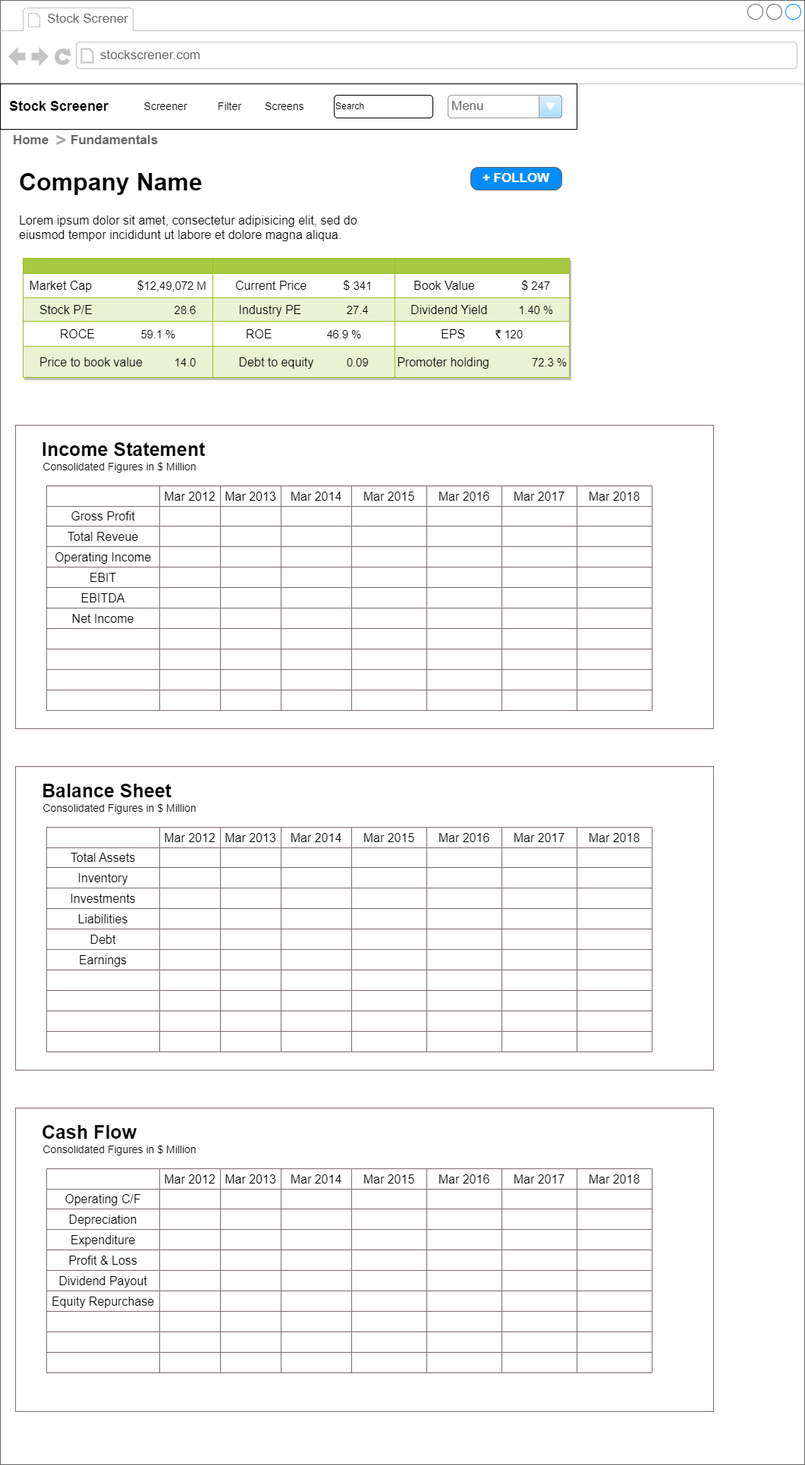
The draw.io diagram pages/Fundamentals.drawio.png in The-Reinhold/Screener_DrawIO, before a commit. Source tidied: cells renumbered, new cells last; positions are measured from the earlier drawing's top-left corner, leaving out a move shared by most shapes.
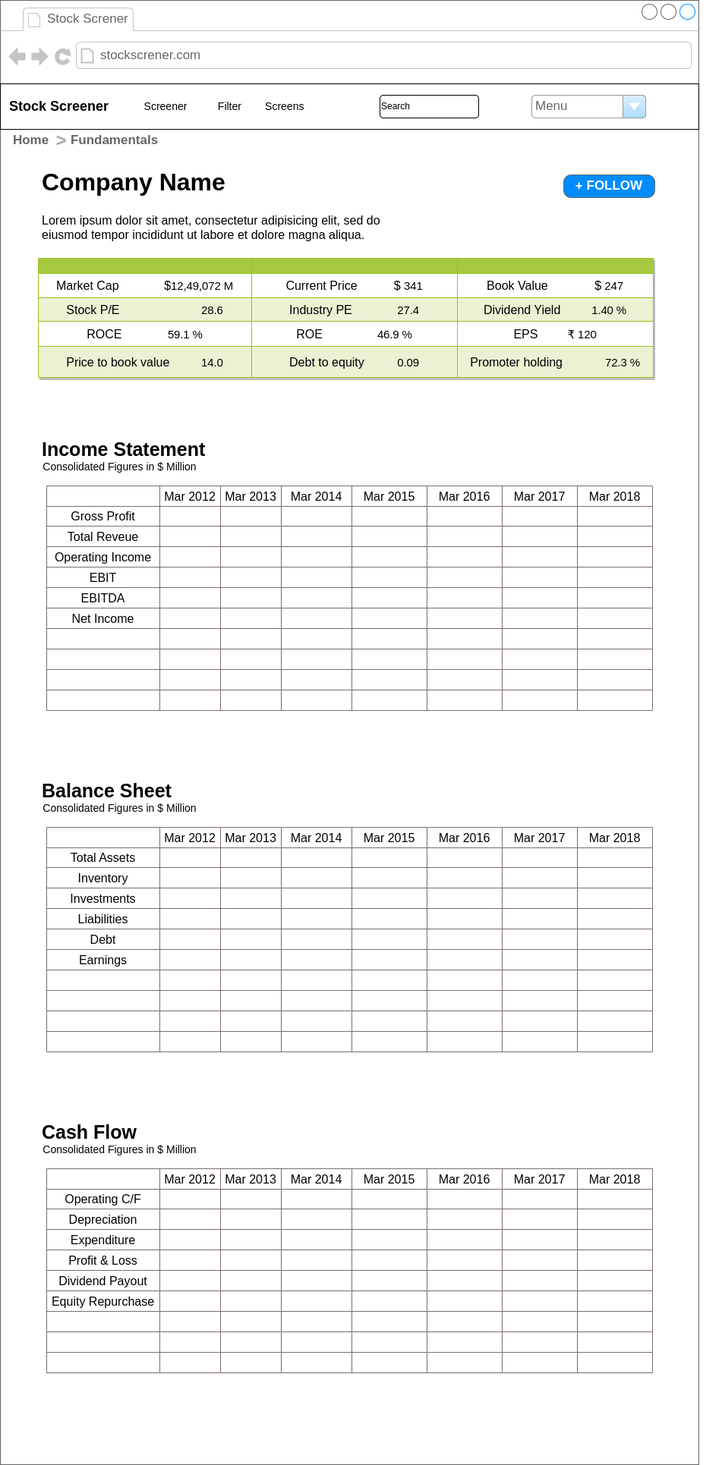
Above is the later version.

The edit, as a diff of the source:
```diff
@@ -3,7 +3,7 @@
     <mxCell id="0" />
     <mxCell id="1" parent="0" />
     <mxCell id="2" style="strokeWidth=1;shadow=0;dashed=0;align=center;html=1;shape=mxgraph.mockup.containers.browserWindow;rSize=0;strokeColor=#666666;strokeColor2=#008cff;strokeColor3=#c4c4c4;mainText=,;" parent="1" vertex="1">
-      <mxGeometry width="1060" height="1930" as="geometry" />
+      <mxGeometry width="920" height="1930" as="geometry" />
     </mxCell>
     <mxCell id="3" value="Stock Screner" style="strokeWidth=1;shadow=0;dashed=0;align=center;html=1;shape=mxgraph.mockup.containers.anchor;fontSize=17;fontColor=#666666;align=left;whiteSpace=wrap;" parent="2" vertex="1">
       <mxGeometry x="60" y="12" width="170" height="26" as="geometry" />
@@ -12,16 +12,16 @@
       <mxGeometry x="130" y="60" width="250" height="26" as="geometry" />
     </mxCell>
     <mxCell id="5" value="&lt;h2&gt;&amp;nbsp; Stock Screener&amp;nbsp;&lt;/h2&gt;" style="rounded=0;whiteSpace=wrap;html=1;align=left;" parent="2" vertex="1">
-      <mxGeometry y="110" width="760" height="60" as="geometry" />
+      <mxGeometry y="110" width="920" height="60" as="geometry" />
     </mxCell>
     <mxCell id="6" value="Screener&lt;span style=&quot;white-space: pre; font-size: 14px;&quot;&gt;&#9;&lt;/span&gt;&lt;span style=&quot;white-space: pre; font-size: 14px;&quot;&gt;&#9;&lt;/span&gt;&amp;nbsp;Filter&lt;span style=&quot;white-space: pre; font-size: 14px;&quot;&gt;&#9;&lt;/span&gt;&amp;nbsp;Screens" style="text;html=1;strokeColor=none;fillColor=none;align=center;verticalAlign=middle;whiteSpace=wrap;rounded=0;fontSize=14;" parent="2" vertex="1">
       <mxGeometry x="190" y="125" width="210" height="30" as="geometry" />
     </mxCell>
     <mxCell id="7" value="Menu" style="strokeWidth=1;shadow=0;dashed=0;align=center;html=1;shape=mxgraph.mockup.forms.comboBox;strokeColor=#999999;fillColor=#ddeeff;align=left;fillColor2=#aaddff;mainText=;fontColor=#666666;fontSize=17;spacingLeft=3;" parent="2" vertex="1">
-      <mxGeometry x="590" y="125" width="150" height="30" as="geometry" />
+      <mxGeometry x="700" y="125" width="150" height="30" as="geometry" />
     </mxCell>
     <mxCell id="8" value="Search" style="rounded=1;whiteSpace=wrap;html=1;align=left;" parent="2" vertex="1">
-      <mxGeometry x="440" y="125" width="130" height="30" as="geometry" />
+      <mxGeometry x="500" y="125" width="130" height="30" as="geometry" />
     </mxCell>
     <mxCell id="9" value="Home" style="strokeWidth=1;shadow=0;dashed=0;align=center;html=1;shape=mxgraph.mockup.navigation.anchor;fontSize=17;fontColor=#666666;fontStyle=1;" parent="2" vertex="1">
       <mxGeometry x="10" y="170" width="60" height="30" as="geometry" />
@@ -33,79 +33,79 @@
       <mxGeometry x="120" y="170" width="60" height="30" as="geometry" />
     </mxCell>
     <mxCell id="12" value="&lt;h1&gt;Company Name&lt;/h1&gt;&lt;p&gt;Lorem ipsum dolor sit amet, consectetur adipisicing elit, sed do eiusmod tempor incididunt ut labore et dolore magna aliqua.&lt;/p&gt;" style="text;html=1;strokeColor=none;fillColor=none;spacing=5;spacingTop=-20;whiteSpace=wrap;overflow=hidden;rounded=0;fontSize=16;" parent="2" vertex="1">
-      <mxGeometry x="20" y="210" width="510" height="120" as="geometry" />
+      <mxGeometry x="50" y="210" width="480" height="120" as="geometry" />
     </mxCell>
     <mxCell id="13" value="+ FOLLOW" style="strokeWidth=1;shadow=0;dashed=0;align=center;html=1;shape=mxgraph.mockup.buttons.button;strokeColor=#666666;fontColor=#ffffff;mainText=;buttonStyle=round;fontSize=17;fontStyle=1;fillColor=#008cff;whiteSpace=wrap;" parent="2" vertex="1">
-      <mxGeometry x="620" y="220" width="120" height="30" as="geometry" />
+      <mxGeometry x="742" y="230" width="120" height="30" as="geometry" />
     </mxCell>
     <mxCell id="14" value="Assets" style="strokeColor=#98bf21;fillColor=#A7C942;shadow=1;fontSize=16;" parent="2" vertex="1">
-      <mxGeometry x="30" y="340" width="720" height="157" as="geometry" />
+      <mxGeometry x="50" y="340" width="810" height="157" as="geometry" />
     </mxCell>
     <mxCell id="15" style="shape=tableRow;horizontal=0;startSize=0;swimlaneHead=0;swimlaneBody=0;top=0;left=0;bottom=0;right=0;fontStyle=0;strokeColor=inherit;fillColor=#ffffff;fontSize=16;" parent="14" vertex="1">
-      <mxGeometry width="720" height="20" as="geometry" />
+      <mxGeometry width="810" height="20" as="geometry" />
     </mxCell>
     <mxCell id="16" style="strokeColor=inherit;fillColor=#A7C942;align=center;fontStyle=1;fontColor=#FFFFFF;html=1;fontSize=16;" parent="15" vertex="1">
-      <mxGeometry width="250" height="20" as="geometry" />
+      <mxGeometry width="281" height="20" as="geometry" />
     </mxCell>
     <mxCell id="17" style="strokeColor=inherit;fillColor=#A7C942;align=center;fontStyle=1;fontColor=#FFFFFF;html=1;fontSize=16;" parent="15" vertex="1">
-      <mxGeometry x="250" width="240" height="20" as="geometry" />
+      <mxGeometry x="281" width="271" height="20" as="geometry" />
     </mxCell>
     <mxCell id="18" style="strokeColor=inherit;fillColor=#A7C942;align=center;fontStyle=1;fontColor=#FFFFFF;html=1;fontSize=16;" parent="15" vertex="1">
-      <mxGeometry x="490" width="230" height="20" as="geometry" />
+      <mxGeometry x="552" width="258" height="20" as="geometry" />
     </mxCell>
     <mxCell id="19" style="shape=tableRow;horizontal=0;startSize=0;swimlaneHead=0;swimlaneBody=0;top=0;left=0;bottom=0;right=0;fontStyle=0;strokeColor=inherit;fillColor=#ffffff;fontSize=16;" parent="14" vertex="1">
-      <mxGeometry y="20" width="720" height="32" as="geometry" />
+      <mxGeometry y="20" width="810" height="32" as="geometry" />
     </mxCell>
     <mxCell id="20" value="Market Cap&lt;span style=&quot;white-space: pre;&quot;&gt;&#9;&lt;/span&gt;&lt;span style=&quot;white-space: pre;&quot;&gt;&#9;&lt;/span&gt;$&lt;span style=&quot;color: var(--ink-600); font-family: &amp;quot;Inter var&amp;quot;, Inter, sans-serif; font-size: 15px; letter-spacing: -0.135px; text-align: left;&quot; class=&quot;nowrap value&quot;&gt;&lt;span style=&quot;color: var(--ink-900);&quot; class=&quot;number&quot;&gt;12,49,072&lt;/span&gt;&amp;nbsp;M&lt;/span&gt;" style="strokeColor=inherit;fillColor=inherit;align=center;whiteSpace=wrap;html=1;fontSize=16;" parent="19" vertex="1">
-      <mxGeometry width="250" height="32" as="geometry" />
+      <mxGeometry width="281" height="32" as="geometry" />
     </mxCell>
     <mxCell id="21" value="Current Price&lt;span style=&quot;white-space: pre;&quot;&gt;&#9;&lt;/span&gt;&lt;span style=&quot;white-space: pre;&quot;&gt;&#9;&lt;/span&gt;$&amp;nbsp;&lt;span style=&quot;color: var(--ink-600); font-family: &amp;quot;Inter var&amp;quot;, Inter, sans-serif; font-size: 15px; letter-spacing: -0.135px; text-align: left;&quot; class=&quot;nowrap value&quot;&gt;&lt;span style=&quot;color: var(--ink-900);&quot; class=&quot;number&quot;&gt;341&lt;/span&gt;&lt;/span&gt;" style="strokeColor=inherit;fillColor=inherit;align=center;whiteSpace=wrap;html=1;fontSize=16;" parent="19" vertex="1">
-      <mxGeometry x="250" width="240" height="32" as="geometry" />
+      <mxGeometry x="281" width="271" height="32" as="geometry" />
     </mxCell>
     <mxCell id="22" value="Book Value&lt;span style=&quot;white-space: pre;&quot;&gt;&#9;&lt;/span&gt;&lt;span style=&quot;white-space: pre;&quot;&gt;&#9;&lt;/span&gt;$&lt;span style=&quot;color: var(--ink-600); font-family: &amp;quot;Inter var&amp;quot;, Inter, sans-serif; font-size: 15px; letter-spacing: -0.135px; text-align: left;&quot; class=&quot;nowrap value&quot;&gt;&amp;nbsp;&lt;span style=&quot;color: var(--ink-900);&quot; class=&quot;number&quot;&gt;247&lt;/span&gt;&lt;/span&gt;" style="strokeColor=inherit;fillColor=inherit;align=center;whiteSpace=wrap;html=1;fontSize=16;" parent="19" vertex="1">
-      <mxGeometry x="490" width="230" height="32" as="geometry" />
+      <mxGeometry x="552" width="258" height="32" as="geometry" />
     </mxCell>
     <mxCell id="23" style="shape=tableRow;horizontal=0;startSize=0;swimlaneHead=0;swimlaneBody=0;top=0;left=0;bottom=0;right=0;fontStyle=1;strokeColor=inherit;fillColor=#EAF2D3;fontSize=16;" parent="14" vertex="1">
-      <mxGeometry y="52" width="720" height="31" as="geometry" />
+      <mxGeometry y="52" width="810" height="31" as="geometry" />
     </mxCell>
     <mxCell id="24" value="Stock P/E&lt;span style=&quot;white-space: pre;&quot;&gt;&#9;&lt;/span&gt;&lt;span style=&quot;white-space: pre;&quot;&gt;&#9;&lt;span style=&quot;white-space: pre;&quot;&gt;&#9;&lt;/span&gt;&lt;/span&gt;&lt;span style=&quot;color: var(--ink-600); font-family: &amp;quot;Inter var&amp;quot;, Inter, sans-serif; font-size: 15px; letter-spacing: -0.135px; text-align: left;&quot; class=&quot;nowrap value&quot;&gt;28.6&lt;/span&gt;" style="strokeColor=inherit;fillColor=inherit;whiteSpace=wrap;html=1;fontSize=16;" parent="23" vertex="1">
-      <mxGeometry width="250" height="31" as="geometry" />
+      <mxGeometry width="281" height="31" as="geometry" />
     </mxCell>
     <mxCell id="25" value="Industry PE&lt;span style=&quot;white-space: pre;&quot;&gt;&#9;&lt;/span&gt;&lt;span style=&quot;white-space: pre;&quot;&gt;&#9;&lt;/span&gt;&lt;span style=&quot;color: var(--ink-600); font-family: &amp;quot;Inter var&amp;quot;, Inter, sans-serif; font-size: 15px; letter-spacing: -0.135px; text-align: left;&quot; class=&quot;nowrap value&quot;&gt;27.4&lt;/span&gt;" style="strokeColor=inherit;fillColor=inherit;whiteSpace=wrap;html=1;fontSize=16;" parent="23" vertex="1">
-      <mxGeometry x="250" width="240" height="31" as="geometry" />
+      <mxGeometry x="281" width="271" height="31" as="geometry" />
     </mxCell>
     <mxCell id="26" value="Dividend Yield&lt;span style=&quot;white-space: pre;&quot;&gt;&#9;&lt;/span&gt;&lt;span style=&quot;white-space: pre;&quot;&gt;&#9;&lt;/span&gt;&lt;span style=&quot;color: var(--ink-600); font-family: &amp;quot;Inter var&amp;quot;, Inter, sans-serif; font-size: 15px; letter-spacing: -0.135px; text-align: left;&quot; class=&quot;nowrap value&quot;&gt;&lt;span style=&quot;color: var(--ink-900);&quot; class=&quot;number&quot;&gt;1.40&lt;/span&gt;&amp;nbsp;%&lt;/span&gt;" style="strokeColor=inherit;fillColor=inherit;whiteSpace=wrap;html=1;fontSize=16;" parent="23" vertex="1">
-      <mxGeometry x="490" width="230" height="31" as="geometry" />
+      <mxGeometry x="552" width="258" height="31" as="geometry" />
     </mxCell>
     <mxCell id="27" style="shape=tableRow;horizontal=0;startSize=0;swimlaneHead=0;swimlaneBody=0;top=0;left=0;bottom=0;right=0;fontStyle=0;strokeColor=inherit;fillColor=#ffffff;fontSize=16;" parent="14" vertex="1">
-      <mxGeometry y="83" width="720" height="33" as="geometry" />
+      <mxGeometry y="83" width="810" height="33" as="geometry" />
     </mxCell>
     <mxCell id="28" value="ROCE&lt;span style=&quot;white-space: pre;&quot;&gt;&#9;&lt;/span&gt;&lt;span style=&quot;white-space: pre;&quot;&gt;&#9;&lt;/span&gt;&lt;span style=&quot;color: var(--ink-600); font-family: &amp;quot;Inter var&amp;quot;, Inter, sans-serif; font-size: 15px; letter-spacing: -0.135px; text-align: left;&quot; class=&quot;nowrap value&quot;&gt;&lt;span style=&quot;color: var(--ink-900);&quot; class=&quot;number&quot;&gt;59.1&lt;/span&gt;&amp;nbsp;%&lt;/span&gt;" style="strokeColor=inherit;fillColor=inherit;fontStyle=0;align=center;whiteSpace=wrap;html=1;fontSize=16;" parent="27" vertex="1">
-      <mxGeometry width="250" height="33" as="geometry" />
+      <mxGeometry width="281" height="33" as="geometry" />
     </mxCell>
     <mxCell id="29" value="ROE&lt;span style=&quot;white-space: pre;&quot;&gt;&#9;&lt;/span&gt;&lt;span style=&quot;white-space: pre;&quot;&gt;&#9;&lt;/span&gt;&lt;span style=&quot;color: var(--ink-600); font-family: &amp;quot;Inter var&amp;quot;, Inter, sans-serif; font-size: 15px; letter-spacing: -0.135px; text-align: left;&quot; class=&quot;nowrap value&quot;&gt;&lt;span style=&quot;color: var(--ink-900);&quot; class=&quot;number&quot;&gt;46.9&lt;/span&gt;&amp;nbsp;%&lt;/span&gt;" style="strokeColor=inherit;fillColor=inherit;fontStyle=0;align=center;whiteSpace=wrap;html=1;fontSize=16;" parent="27" vertex="1">
-      <mxGeometry x="250" width="240" height="33" as="geometry" />
+      <mxGeometry x="281" width="271" height="33" as="geometry" />
     </mxCell>
     <mxCell id="30" value="EPS&lt;span style=&quot;white-space: pre;&quot;&gt;&#9;&lt;/span&gt;&lt;span style=&quot;white-space: pre;&quot;&gt;&#9;&lt;/span&gt;&lt;span style=&quot;color: var(--ink-600); font-family: &amp;quot;Inter var&amp;quot;, Inter, sans-serif; font-size: 15px; letter-spacing: -0.135px; text-align: left;&quot; class=&quot;nowrap value&quot;&gt;₹&amp;nbsp;&lt;span style=&quot;color: var(--ink-900);&quot; class=&quot;number&quot;&gt;120&lt;/span&gt;&lt;/span&gt;" style="strokeColor=inherit;fillColor=inherit;fontStyle=0;align=center;whiteSpace=wrap;html=1;fontSize=16;" parent="27" vertex="1">
-      <mxGeometry x="490" width="230" height="33" as="geometry" />
+      <mxGeometry x="552" width="258" height="33" as="geometry" />
     </mxCell>
     <mxCell id="31" style="shape=tableRow;horizontal=0;startSize=0;swimlaneHead=0;swimlaneBody=0;top=0;left=0;bottom=0;right=0;fontStyle=1;strokeColor=inherit;fillColor=#EAF2D3;fontSize=16;" parent="14" vertex="1">
-      <mxGeometry y="116" width="720" height="41" as="geometry" />
+      <mxGeometry y="116" width="810" height="41" as="geometry" />
     </mxCell>
     <mxCell id="32" value="Price to book value&lt;span style=&quot;white-space: pre;&quot;&gt;&#9;&lt;/span&gt;&lt;span style=&quot;white-space: pre;&quot;&gt;&#9;&lt;/span&gt;&lt;span style=&quot;color: var(--ink-600); font-family: &amp;quot;Inter var&amp;quot;, Inter, sans-serif; font-size: 15px; letter-spacing: -0.135px; text-align: left;&quot; class=&quot;nowrap value&quot;&gt;14.0&lt;/span&gt;" style="strokeColor=inherit;fillColor=inherit;whiteSpace=wrap;html=1;fontSize=16;" parent="31" vertex="1">
-      <mxGeometry width="250" height="41" as="geometry" />
+      <mxGeometry width="281" height="41" as="geometry" />
     </mxCell>
     <mxCell id="33" value="Debt to equity&lt;span style=&quot;white-space: pre;&quot;&gt;&#9;&lt;/span&gt;&lt;span style=&quot;white-space: pre;&quot;&gt;&#9;&lt;/span&gt;&lt;span style=&quot;color: var(--ink-600); font-family: &amp;quot;Inter var&amp;quot;, Inter, sans-serif; font-size: 15px; letter-spacing: -0.135px; text-align: left;&quot; class=&quot;nowrap value&quot;&gt;0.09&lt;/span&gt;" style="strokeColor=inherit;fillColor=inherit;whiteSpace=wrap;html=1;fontSize=16;" parent="31" vertex="1">
-      <mxGeometry x="250" width="240" height="41" as="geometry" />
+      <mxGeometry x="281" width="271" height="41" as="geometry" />
     </mxCell>
     <mxCell id="34" value="Promoter holding&lt;span style=&quot;white-space: pre;&quot;&gt;&#9;&lt;/span&gt;&lt;span style=&quot;white-space: pre;&quot;&gt;&#9;&lt;/span&gt;&lt;span style=&quot;color: var(--ink-600); font-family: &amp;quot;Inter var&amp;quot;, Inter, sans-serif; font-size: 15px; letter-spacing: -0.135px; text-align: left;&quot; class=&quot;nowrap value&quot;&gt;&lt;span style=&quot;color: var(--ink-900);&quot; class=&quot;number&quot;&gt;72.3&lt;/span&gt;&amp;nbsp;%&lt;/span&gt;" style="strokeColor=inherit;fillColor=inherit;whiteSpace=wrap;html=1;fontSize=16;" parent="31" vertex="1">
-      <mxGeometry x="490" width="230" height="41" as="geometry" />
+      <mxGeometry x="552" width="258" height="41" as="geometry" />
     </mxCell>
-    <mxCell id="35" style="rounded=0;whiteSpace=wrap;html=1;fontSize=16;strokeColor=#7b6b6b;" parent="2" vertex="1">
-      <mxGeometry x="20" y="560" width="920" height="400" as="geometry" />
-    </mxCell>
-    <mxCell id="36" style="edgeStyle=none;curved=1;rounded=0;orthogonalLoop=1;jettySize=auto;html=1;exitX=1;exitY=0.5;exitDx=0;exitDy=0;fontSize=12;startSize=8;endSize=8;" parent="2" edge="1" source="35" target="35">
-      <mxGeometry relative="1" as="geometry" />
+    <mxCell id="36" style="edgeStyle=none;curved=1;rounded=0;orthogonalLoop=1;jettySize=auto;html=1;exitX=1;exitY=0.5;exitDx=0;exitDy=0;fontSize=12;startSize=8;endSize=8;" parent="2" edge="1">
+      <mxGeometry relative="1" as="geometry">
+        <mxPoint x="940" y="760" as="sourcePoint" />
+        <mxPoint x="940" y="760" as="targetPoint" />
+      </mxGeometry>
     </mxCell>
     <mxCell id="37" value="&lt;h1 style=&quot;font-size: 25px;&quot;&gt;Income Statement&lt;/h1&gt;" style="text;html=1;strokeColor=none;fillColor=none;spacing=5;spacingTop=-20;whiteSpace=wrap;overflow=hidden;rounded=0;fontSize=25;" parent="2" vertex="1">
       <mxGeometry x="50" y="570" width="290" height="50" as="geometry" />
@@ -416,9 +416,6 @@
     <mxCell id="139" style="group;" parent="2" vertex="1">
       <mxGeometry x="20" y="1010" width="920" height="400" as="geometry" />
     </mxCell>
-    <mxCell id="140" style="rounded=0;whiteSpace=wrap;html=1;fontSize=16;strokeColor=#7b6b6b;" parent="139" vertex="1">
-      <mxGeometry width="920" height="400" as="geometry" />
-    </mxCell>
     <mxCell id="141" value="&lt;h1 style=&quot;font-size: 25px;&quot;&gt;Balance Sheet&lt;/h1&gt;" style="text;html=1;strokeColor=none;fillColor=none;spacing=5;spacingTop=-20;whiteSpace=wrap;overflow=hidden;rounded=0;fontSize=25;" parent="139" vertex="1">
       <mxGeometry x="30" y="10" width="290" height="50" as="geometry" />
     </mxCell>
@@ -725,9 +722,6 @@
     <mxCell id="242" style="shape=partialRectangle;html=1;whiteSpace=wrap;strokeColor=inherit;overflow=hidden;fillColor=none;top=0;left=0;bottom=0;right=0;fontSize=16;" parent="234" vertex="1">
       <mxGeometry x="699" width="99" height="27" as="geometry" />
     </mxCell>
-    <mxCell id="243" style="rounded=0;whiteSpace=wrap;html=1;fontSize=16;strokeColor=#7b6b6b;" parent="2" vertex="1">
-      <mxGeometry x="20" y="1460" width="920" height="400" as="geometry" />
-    </mxCell>
     <mxCell id="244" value="&lt;h1 style=&quot;font-size: 25px;&quot;&gt;Cash Flow&lt;/h1&gt;" style="text;html=1;strokeColor=none;fillColor=none;spacing=5;spacingTop=-20;whiteSpace=wrap;overflow=hidden;rounded=0;fontSize=25;" parent="2" vertex="1">
       <mxGeometry x="50" y="1470" width="290" height="50" as="geometry" />
     </mxCell>
```
